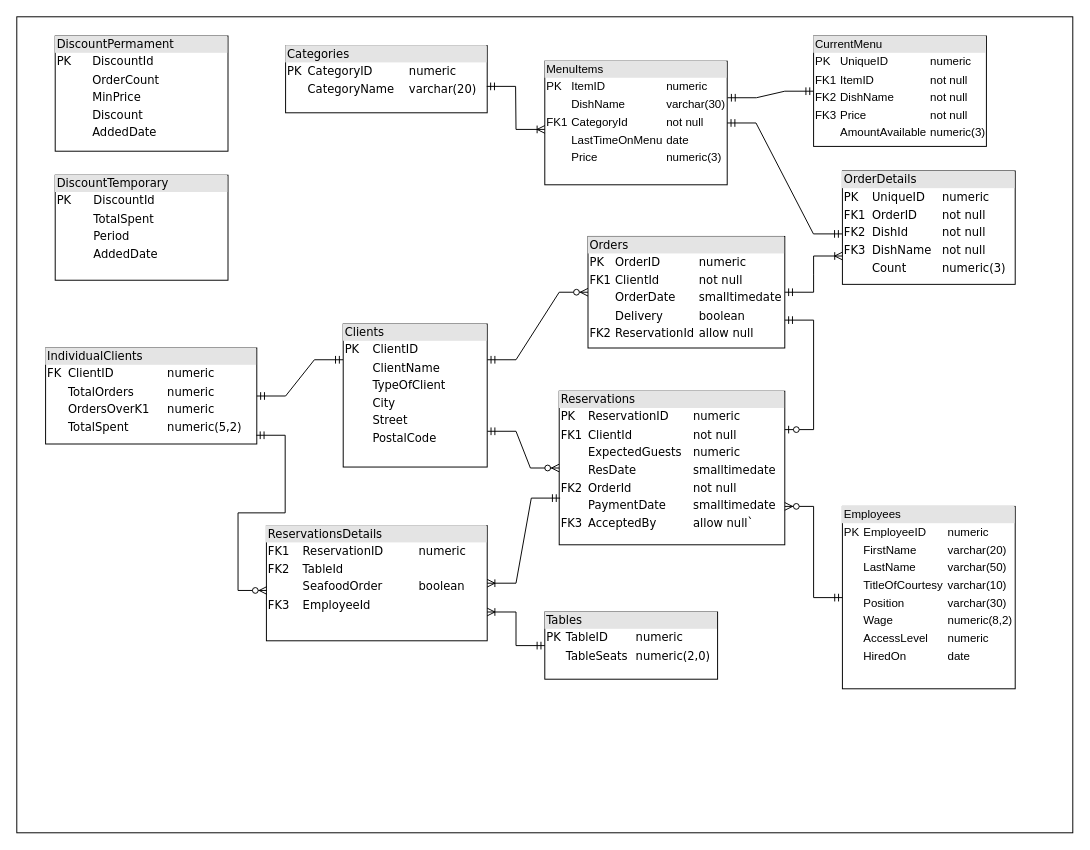
mczajor/DataBases keeps this draw.io diagram as DataBaseSchema.drawio. Above is the earlier version. Source tidied: cells renumbered, new cells numbered last; positions are measured from the earlier drawing's top-left corner, leaving out a move shared by most shapes. Both pictures are drawn from the tidied source at 96%, with x=0, y=0 at pixel (16, 16).
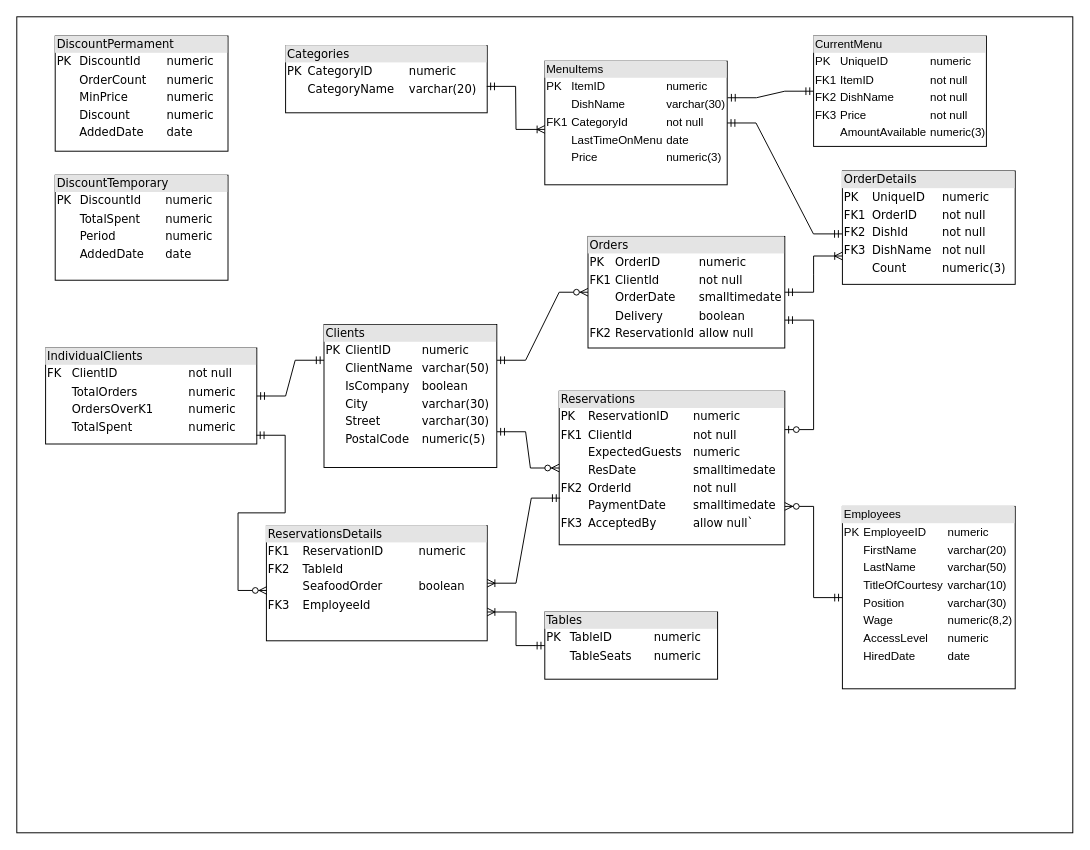
Above is the later version.

Change to the diagram source:
```diff
@@
-    <mxCell id="7" value="&lt;div style=&quot;box-sizing:border-box;width:100%;background:#e4e4e4;padding:2px;&quot;&gt;Tables&lt;/div&gt;&lt;table style=&quot;width:100%;font-size:1em;&quot; cellspacing=&quot;0&quot; cellpadding=&quot;2&quot;&gt;&lt;tbody&gt;&lt;tr&gt;&lt;td&gt;PK&lt;br&gt;&lt;/td&gt;&lt;td&gt;TableID&lt;/td&gt;&lt;td&gt;numeric&lt;br&gt;&lt;/td&gt;&lt;/tr&gt;&lt;tr&gt;&lt;td&gt;&lt;br&gt;&lt;/td&gt;&lt;td&gt;TableSeats&lt;/td&gt;&lt;td&gt;numeric(2,0)&lt;br&gt;&lt;/td&gt;&lt;/tr&gt;&lt;/tbody&gt;&lt;/table&gt;" style="verticalAlign=top;align=left;overflow=fill;html=1;rounded=0;shadow=0;comic=0;labelBackgroundColor=none;strokeWidth=1;fontFamily=Verdana;fontSize=12;" parent="1" vertex="1">
+    <mxCell id="7" value="&lt;div style=&quot;box-sizing:border-box;width:100%;background:#e4e4e4;padding:2px;&quot;&gt;Tables&lt;/div&gt;&lt;table style=&quot;width:100%;font-size:1em;&quot; cellspacing=&quot;0&quot; cellpadding=&quot;2&quot;&gt;&lt;tbody&gt;&lt;tr&gt;&lt;td&gt;PK&lt;br&gt;&lt;/td&gt;&lt;td&gt;TableID&lt;/td&gt;&lt;td&gt;numeric&lt;br&gt;&lt;/td&gt;&lt;/tr&gt;&lt;tr&gt;&lt;td&gt;&lt;br&gt;&lt;/td&gt;&lt;td&gt;TableSeats&lt;/td&gt;&lt;td&gt;numeric&lt;br&gt;&lt;/td&gt;&lt;/tr&gt;&lt;/tbody&gt;&lt;/table&gt;" style="verticalAlign=top;align=left;overflow=fill;html=1;rounded=0;shadow=0;comic=0;labelBackgroundColor=none;strokeWidth=1;fontFamily=Verdana;fontSize=12;" parent="1" vertex="1">
       <mxGeometry x="550" y="620" width="180" height="70" as="geometry" />
     </mxCell>
@@
-    <mxCell id="11" value="&lt;div style=&quot;box-sizing: border-box ; width: 100% ; background: #e4e4e4 ; padding: 2px&quot;&gt;DiscountPermament&lt;br&gt;&lt;/div&gt;&lt;table style=&quot;width: 100% ; font-size: 1em&quot; cellspacing=&quot;0&quot; cellpadding=&quot;2&quot;&gt;&lt;tbody&gt;&lt;tr&gt;&lt;td&gt;PK&lt;br&gt;&lt;/td&gt;&lt;td&gt;DiscountId&lt;/td&gt;&lt;/tr&gt;&lt;tr&gt;&lt;td&gt;&lt;br&gt;&lt;/td&gt;&lt;td&gt;OrderCount&lt;/td&gt;&lt;/tr&gt;&lt;tr&gt;&lt;td&gt;&lt;/td&gt;&lt;td&gt;MinPrice&lt;br&gt;&lt;/td&gt;&lt;/tr&gt;&lt;tr&gt;&lt;td&gt;&lt;br&gt;&lt;/td&gt;&lt;td&gt;Discount&lt;br&gt;&lt;/td&gt;&lt;/tr&gt;&lt;tr&gt;&lt;td&gt;&lt;br&gt;&lt;/td&gt;&lt;td&gt;AddedDate&lt;br&gt;&lt;/td&gt;&lt;/tr&gt;&lt;/tbody&gt;&lt;/table&gt;" style="verticalAlign=top;align=left;overflow=fill;html=1;rounded=0;shadow=0;comic=0;labelBackgroundColor=none;strokeWidth=1;fontFamily=Verdana;fontSize=12;" parent="1" vertex="1">
+    <mxCell id="11" value="&lt;div style=&quot;box-sizing: border-box ; width: 100% ; background: #e4e4e4 ; padding: 2px&quot;&gt;DiscountPermament&lt;br&gt;&lt;/div&gt;&lt;table style=&quot;width: 100% ; font-size: 1em&quot; cellspacing=&quot;0&quot; cellpadding=&quot;2&quot;&gt;&lt;tbody&gt;&lt;tr&gt;&lt;td&gt;PK&lt;br&gt;&lt;/td&gt;&lt;td&gt;DiscountId&lt;/td&gt;&lt;td&gt;numeric&lt;br&gt;&lt;/td&gt;&lt;/tr&gt;&lt;tr&gt;&lt;td&gt;&lt;br&gt;&lt;/td&gt;&lt;td&gt;OrderCount&lt;/td&gt;&lt;td&gt;numeric&lt;br&gt;&lt;/td&gt;&lt;/tr&gt;&lt;tr&gt;&lt;td&gt;&lt;/td&gt;&lt;td&gt;MinPrice&lt;br&gt;&lt;/td&gt;&lt;td&gt;numeric&lt;br&gt;&lt;/td&gt;&lt;/tr&gt;&lt;tr&gt;&lt;td&gt;&lt;br&gt;&lt;/td&gt;&lt;td&gt;Discount&lt;br&gt;&lt;/td&gt;&lt;td&gt;numeric&lt;br&gt;&lt;/td&gt;&lt;/tr&gt;&lt;tr&gt;&lt;td&gt;&lt;br&gt;&lt;/td&gt;&lt;td&gt;AddedDate&lt;br&gt;&lt;/td&gt;&lt;td&gt;date&lt;br&gt;&lt;/td&gt;&lt;/tr&gt;&lt;/tbody&gt;&lt;/table&gt;" style="verticalAlign=top;align=left;overflow=fill;html=1;rounded=0;shadow=0;comic=0;labelBackgroundColor=none;strokeWidth=1;fontFamily=Verdana;fontSize=12;" parent="1" vertex="1">
       <mxGeometry x="40" y="20" width="180" height="120" as="geometry" />
     </mxCell>
-    <mxCell id="12" value="&lt;div style=&quot;box-sizing:border-box;width:100%;background:#e4e4e4;padding:2px;&quot;&gt;DiscountTemporary&lt;/div&gt;&lt;table style=&quot;width:100%;font-size:1em;&quot; cellspacing=&quot;0&quot; cellpadding=&quot;2&quot;&gt;&lt;tbody&gt;&lt;tr&gt;&lt;td&gt;PK&lt;br&gt;&lt;/td&gt;&lt;td&gt;DiscountId&lt;/td&gt;&lt;/tr&gt;&lt;tr&gt;&lt;td&gt;&lt;br&gt;&lt;/td&gt;&lt;td&gt;TotalSpent&lt;/td&gt;&lt;/tr&gt;&lt;tr&gt;&lt;td&gt;&lt;br&gt;&lt;/td&gt;&lt;td&gt;Period&lt;br&gt;&lt;/td&gt;&lt;/tr&gt;&lt;tr&gt;&lt;td&gt;&lt;br&gt;&lt;/td&gt;&lt;td&gt;AddedDate&lt;br&gt;&lt;/td&gt;&lt;/tr&gt;&lt;/tbody&gt;&lt;/table&gt;" style="verticalAlign=top;align=left;overflow=fill;html=1;rounded=0;shadow=0;comic=0;labelBackgroundColor=none;strokeWidth=1;fontFamily=Verdana;fontSize=12;" parent="1" vertex="1">
+    <mxCell id="12" value="&lt;div style=&quot;box-sizing:border-box;width:100%;background:#e4e4e4;padding:2px;&quot;&gt;DiscountTemporary&lt;/div&gt;&lt;table style=&quot;width:100%;font-size:1em;&quot; cellspacing=&quot;0&quot; cellpadding=&quot;2&quot;&gt;&lt;tbody&gt;&lt;tr&gt;&lt;td&gt;PK&lt;br&gt;&lt;/td&gt;&lt;td&gt;DiscountId&lt;/td&gt;&lt;td&gt;numeric&lt;br&gt;&lt;/td&gt;&lt;/tr&gt;&lt;tr&gt;&lt;td&gt;&lt;br&gt;&lt;/td&gt;&lt;td&gt;TotalSpent&lt;/td&gt;&lt;td&gt;numeric&lt;br&gt;&lt;/td&gt;&lt;/tr&gt;&lt;tr&gt;&lt;td&gt;&lt;br&gt;&lt;/td&gt;&lt;td&gt;Period&lt;br&gt;&lt;/td&gt;&lt;td&gt;numeric&lt;br&gt;&lt;/td&gt;&lt;/tr&gt;&lt;tr&gt;&lt;td&gt;&lt;br&gt;&lt;/td&gt;&lt;td&gt;AddedDate&lt;br&gt;&lt;/td&gt;&lt;td&gt;date&lt;br&gt;&lt;/td&gt;&lt;/tr&gt;&lt;/tbody&gt;&lt;/table&gt;" style="verticalAlign=top;align=left;overflow=fill;html=1;rounded=0;shadow=0;comic=0;labelBackgroundColor=none;strokeWidth=1;fontFamily=Verdana;fontSize=12;" parent="1" vertex="1">
       <mxGeometry x="40" y="165" width="180" height="109.4" as="geometry" />
     </mxCell>
@@
-    <mxCell id="17" value="&lt;div style=&quot;box-sizing: border-box ; width: 100% ; background: #e4e4e4 ; padding: 2px&quot;&gt;IndividualClients&lt;/div&gt;&lt;table style=&quot;width: 100% ; font-size: 1em&quot; cellspacing=&quot;0&quot; cellpadding=&quot;2&quot;&gt;&lt;tbody&gt;&lt;tr&gt;&lt;td&gt;FK&lt;/td&gt;&lt;td&gt;ClientID&lt;/td&gt;&lt;td&gt;numeric&lt;br&gt;&lt;/td&gt;&lt;/tr&gt;&lt;tr&gt;&lt;td&gt;&lt;br&gt;&lt;/td&gt;&lt;td&gt;TotalOrders&lt;br&gt;&lt;/td&gt;&lt;td&gt;numeric&lt;br&gt;&lt;/td&gt;&lt;/tr&gt;&lt;tr&gt;&lt;td&gt;&lt;br&gt;&lt;/td&gt;&lt;td&gt;OrdersOverK1&lt;br&gt;&lt;/td&gt;&lt;td&gt;numeric&lt;br&gt;&lt;/td&gt;&lt;/tr&gt;&lt;tr&gt;&lt;td&gt;&lt;br&gt;&lt;/td&gt;&lt;td&gt;TotalSpent&lt;br&gt;&lt;/td&gt;&lt;td&gt;numeric(5,2)&lt;br&gt;&lt;/td&gt;&lt;/tr&gt;&lt;/tbody&gt;&lt;/table&gt;" style="verticalAlign=top;align=left;overflow=fill;html=1;rounded=0;shadow=0;comic=0;labelBackgroundColor=none;strokeWidth=1;fontFamily=Verdana;fontSize=12;" parent="1" vertex="1">
+    <mxCell id="17" value="&lt;div style=&quot;box-sizing: border-box ; width: 100% ; background: #e4e4e4 ; padding: 2px&quot;&gt;IndividualClients&lt;/div&gt;&lt;table style=&quot;width: 100% ; font-size: 1em&quot; cellspacing=&quot;0&quot; cellpadding=&quot;2&quot;&gt;&lt;tbody&gt;&lt;tr&gt;&lt;td&gt;FK&lt;/td&gt;&lt;td&gt;ClientID&lt;/td&gt;&lt;td&gt;not null&lt;br&gt;&lt;/td&gt;&lt;/tr&gt;&lt;tr&gt;&lt;td&gt;&lt;br&gt;&lt;/td&gt;&lt;td&gt;TotalOrders&lt;br&gt;&lt;/td&gt;&lt;td&gt;numeric&lt;br&gt;&lt;/td&gt;&lt;/tr&gt;&lt;tr&gt;&lt;td&gt;&lt;br&gt;&lt;/td&gt;&lt;td&gt;OrdersOverK1&lt;br&gt;&lt;/td&gt;&lt;td&gt;numeric&lt;br&gt;&lt;/td&gt;&lt;/tr&gt;&lt;tr&gt;&lt;td&gt;&lt;br&gt;&lt;/td&gt;&lt;td&gt;TotalSpent&lt;br&gt;&lt;/td&gt;&lt;td&gt;numeric&lt;br&gt;&lt;/td&gt;&lt;/tr&gt;&lt;/tbody&gt;&lt;/table&gt;" style="verticalAlign=top;align=left;overflow=fill;html=1;rounded=0;shadow=0;comic=0;labelBackgroundColor=none;strokeWidth=1;fontFamily=Verdana;fontSize=12;" parent="1" vertex="1">
       <mxGeometry x="30" y="345" width="220" height="100" as="geometry" />
     </mxCell>
@@
-    <mxCell id="20" value="&lt;div style=&quot;box-sizing: border-box ; width: 100% ; background: #e4e4e4 ; padding: 2px&quot;&gt;Clients&lt;/div&gt;&lt;table style=&quot;width: 100% ; font-size: 1em&quot; cellspacing=&quot;0&quot; cellpadding=&quot;2&quot;&gt;&lt;tbody&gt;&lt;tr&gt;&lt;td&gt;PK&lt;/td&gt;&lt;td&gt;ClientID&lt;/td&gt;&lt;/tr&gt;&lt;tr&gt;&lt;td&gt;&lt;br&gt;&lt;/td&gt;&lt;td&gt;ClientName&lt;br&gt;&lt;/td&gt;&lt;/tr&gt;&lt;tr&gt;&lt;td&gt;&lt;br&gt;&lt;/td&gt;&lt;td&gt;TypeOfClient&lt;/td&gt;&lt;/tr&gt;&lt;tr&gt;&lt;td&gt;&lt;br&gt;&lt;/td&gt;&lt;td&gt;City&lt;/td&gt;&lt;/tr&gt;&lt;tr&gt;&lt;td&gt;&lt;br&gt;&lt;/td&gt;&lt;td&gt;Street&lt;/td&gt;&lt;/tr&gt;&lt;tr&gt;&lt;td&gt;&lt;br&gt;&lt;/td&gt;&lt;td&gt;PostalCode&lt;/td&gt;&lt;/tr&gt;&lt;/tbody&gt;&lt;/table&gt;" style="verticalAlign=top;align=left;overflow=fill;html=1;rounded=0;shadow=0;comic=0;labelBackgroundColor=none;strokeWidth=1;fontFamily=Verdana;fontSize=12;" parent="1" vertex="1">
-      <mxGeometry x="340" y="320" width="150" height="149" as="geometry" />
+    <mxCell id="20" value="&lt;div style=&quot;box-sizing: border-box ; width: 100% ; background: #e4e4e4 ; padding: 2px&quot;&gt;Clients&lt;/div&gt;&lt;table style=&quot;width: 100% ; font-size: 1em&quot; cellspacing=&quot;0&quot; cellpadding=&quot;2&quot;&gt;&lt;tbody&gt;&lt;tr&gt;&lt;td&gt;PK&lt;/td&gt;&lt;td&gt;ClientID&lt;/td&gt;&lt;td&gt;numeric&lt;br&gt;&lt;/td&gt;&lt;/tr&gt;&lt;tr&gt;&lt;td&gt;&lt;br&gt;&lt;/td&gt;&lt;td&gt;ClientName&lt;br&gt;&lt;/td&gt;&lt;td&gt;varchar(50)&lt;br&gt;&lt;/td&gt;&lt;/tr&gt;&lt;tr&gt;&lt;td&gt;&lt;br&gt;&lt;/td&gt;&lt;td&gt;IsCompany&lt;/td&gt;&lt;td&gt;boolean&lt;br&gt;&lt;/td&gt;&lt;/tr&gt;&lt;tr&gt;&lt;td&gt;&lt;br&gt;&lt;/td&gt;&lt;td&gt;City&lt;/td&gt;&lt;td&gt;varchar(30)&lt;br&gt;&lt;/td&gt;&lt;/tr&gt;&lt;tr&gt;&lt;td&gt;&lt;br&gt;&lt;/td&gt;&lt;td&gt;Street&lt;/td&gt;&lt;td&gt;varchar(30)&lt;br&gt;&lt;/td&gt;&lt;/tr&gt;&lt;tr&gt;&lt;td&gt;&lt;br&gt;&lt;/td&gt;&lt;td&gt;PostalCode&lt;/td&gt;&lt;td&gt;numeric(5)&lt;br&gt;&lt;/td&gt;&lt;/tr&gt;&lt;/tbody&gt;&lt;/table&gt;" style="verticalAlign=top;align=left;overflow=fill;html=1;rounded=0;shadow=0;comic=0;labelBackgroundColor=none;strokeWidth=1;fontFamily=Verdana;fontSize=12;" parent="1" vertex="1">
+      <mxGeometry x="320" y="320.5" width="180" height="149" as="geometry" />
     </mxCell>
@@
-    <mxCell id="27" value="&lt;div style=&quot;box-sizing:border-box;width:100%;background:#e4e4e4;padding:2px;&quot;&gt;Employees&lt;br&gt;&lt;/div&gt;&lt;table style=&quot;width:100%;font-size:1em;&quot; cellspacing=&quot;0&quot; cellpadding=&quot;2&quot;&gt;&lt;tbody&gt;&lt;tr&gt;&lt;td&gt;PK&lt;/td&gt;&lt;td&gt;EmployeeID&lt;br&gt;&lt;/td&gt;&lt;td&gt;numeric&lt;br&gt;&lt;/td&gt;&lt;/tr&gt;&lt;tr&gt;&lt;td&gt;&lt;br&gt;&lt;/td&gt;&lt;td&gt;FirstName&lt;/td&gt;&lt;td&gt;varchar(20)&lt;br&gt;&lt;/td&gt;&lt;/tr&gt;&lt;tr&gt;&lt;td&gt;&lt;/td&gt;&lt;td&gt;LastName&lt;/td&gt;&lt;td&gt;varchar(50)&lt;br&gt;&lt;/td&gt;&lt;/tr&gt;&lt;tr&gt;&lt;td&gt;&lt;br&gt;&lt;/td&gt;&lt;td&gt;TitleOfCourtesy&lt;br&gt;&lt;/td&gt;&lt;td&gt;varchar(10)&lt;br&gt;&lt;/td&gt;&lt;/tr&gt;&lt;tr&gt;&lt;td&gt;&lt;br&gt;&lt;/td&gt;&lt;td&gt;Position&lt;br&gt;&lt;/td&gt;&lt;td&gt;varchar(30)&lt;br&gt;&lt;/td&gt;&lt;/tr&gt;&lt;tr&gt;&lt;td&gt;&lt;br&gt;&lt;/td&gt;&lt;td&gt;Wage&lt;br&gt;&lt;/td&gt;&lt;td&gt;numeric(8,2)&lt;br&gt;&lt;/td&gt;&lt;/tr&gt;&lt;tr&gt;&lt;td&gt;&lt;br&gt;&lt;/td&gt;&lt;td&gt;AccessLevel&lt;br&gt;&lt;/td&gt;&lt;td&gt;numeric&lt;br&gt;&lt;/td&gt;&lt;/tr&gt;&lt;tr&gt;&lt;td&gt;&lt;br&gt;&lt;/td&gt;&lt;td&gt;HiredOn&lt;br&gt;&lt;/td&gt;&lt;td&gt;date&lt;br&gt;&lt;/td&gt;&lt;/tr&gt;&lt;/tbody&gt;&lt;/table&gt;" style="verticalAlign=top;align=left;overflow=fill;html=1;" parent="1" vertex="1">
+    <mxCell id="27" value="&lt;div style=&quot;box-sizing:border-box;width:100%;background:#e4e4e4;padding:2px;&quot;&gt;Employees&lt;br&gt;&lt;/div&gt;&lt;table style=&quot;width:100%;font-size:1em;&quot; cellspacing=&quot;0&quot; cellpadding=&quot;2&quot;&gt;&lt;tbody&gt;&lt;tr&gt;&lt;td&gt;PK&lt;/td&gt;&lt;td&gt;EmployeeID&lt;br&gt;&lt;/td&gt;&lt;td&gt;numeric&lt;br&gt;&lt;/td&gt;&lt;/tr&gt;&lt;tr&gt;&lt;td&gt;&lt;br&gt;&lt;/td&gt;&lt;td&gt;FirstName&lt;/td&gt;&lt;td&gt;varchar(20)&lt;br&gt;&lt;/td&gt;&lt;/tr&gt;&lt;tr&gt;&lt;td&gt;&lt;/td&gt;&lt;td&gt;LastName&lt;/td&gt;&lt;td&gt;varchar(50)&lt;br&gt;&lt;/td&gt;&lt;/tr&gt;&lt;tr&gt;&lt;td&gt;&lt;br&gt;&lt;/td&gt;&lt;td&gt;TitleOfCourtesy&lt;br&gt;&lt;/td&gt;&lt;td&gt;varchar(10)&lt;br&gt;&lt;/td&gt;&lt;/tr&gt;&lt;tr&gt;&lt;td&gt;&lt;br&gt;&lt;/td&gt;&lt;td&gt;Position&lt;br&gt;&lt;/td&gt;&lt;td&gt;varchar(30)&lt;br&gt;&lt;/td&gt;&lt;/tr&gt;&lt;tr&gt;&lt;td&gt;&lt;br&gt;&lt;/td&gt;&lt;td&gt;Wage&lt;br&gt;&lt;/td&gt;&lt;td&gt;numeric(8,2)&lt;br&gt;&lt;/td&gt;&lt;/tr&gt;&lt;tr&gt;&lt;td&gt;&lt;br&gt;&lt;/td&gt;&lt;td&gt;AccessLevel&lt;br&gt;&lt;/td&gt;&lt;td&gt;numeric&lt;br&gt;&lt;/td&gt;&lt;/tr&gt;&lt;tr&gt;&lt;td&gt;&lt;br&gt;&lt;/td&gt;&lt;td&gt;HiredDate&lt;br&gt;&lt;/td&gt;&lt;td&gt;date&lt;br&gt;&lt;/td&gt;&lt;/tr&gt;&lt;/tbody&gt;&lt;/table&gt;" style="verticalAlign=top;align=left;overflow=fill;html=1;" parent="1" vertex="1">
       <mxGeometry x="860" y="510" width="180" height="190" as="geometry" />
     </mxCell>
```
